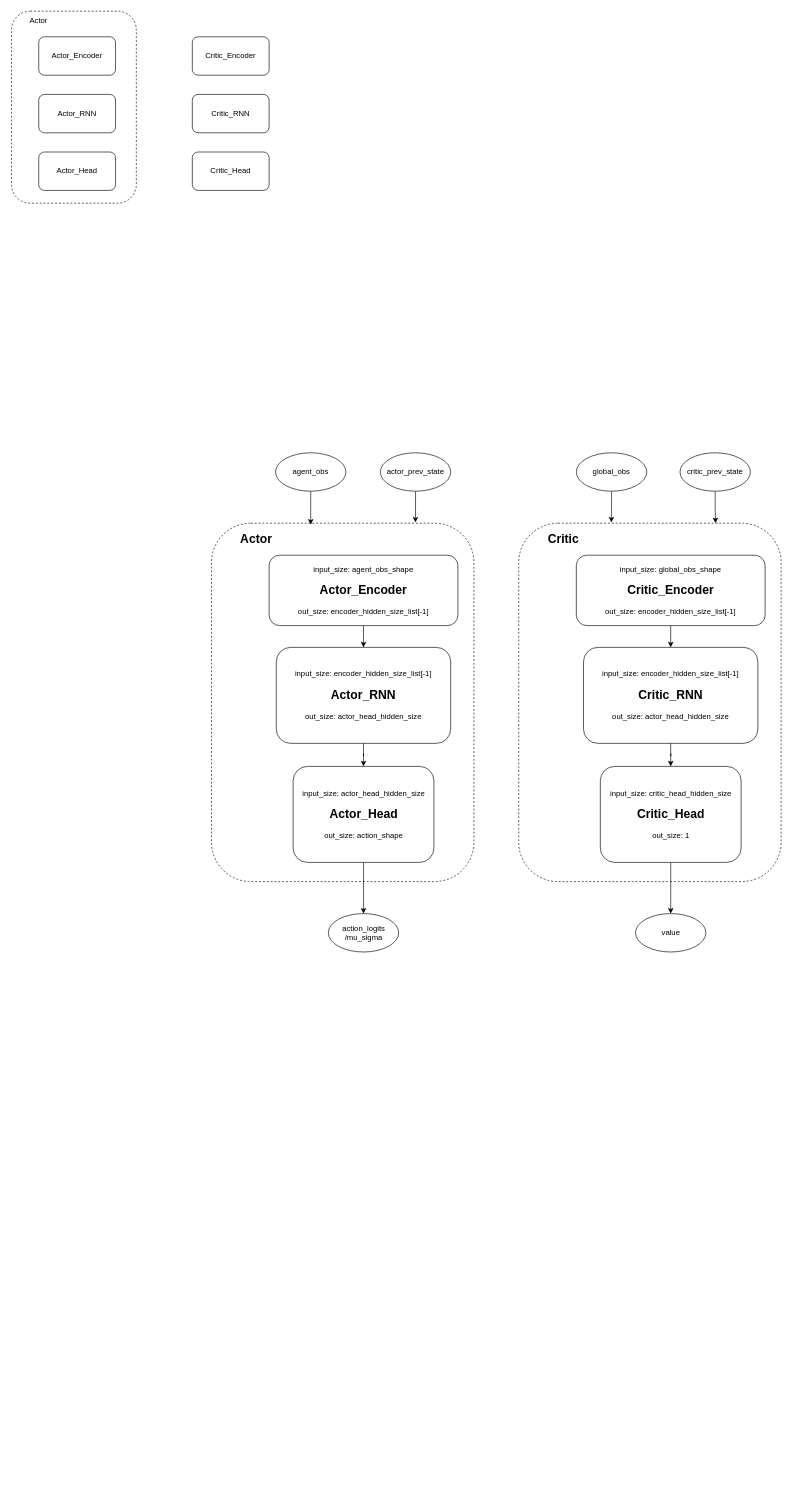
This is HAPPO.drawio from nighood/Diagrams, a draw.io file, before an edit. Source tidied: cells renumbered, new cells numbered last; positions are measured from the earlier drawing's top-left corner, leaving out a move shared by most shapes. Both pictures are drawn from the tidied source at 64%, with x=0, y=0 at pixel (12, 11).
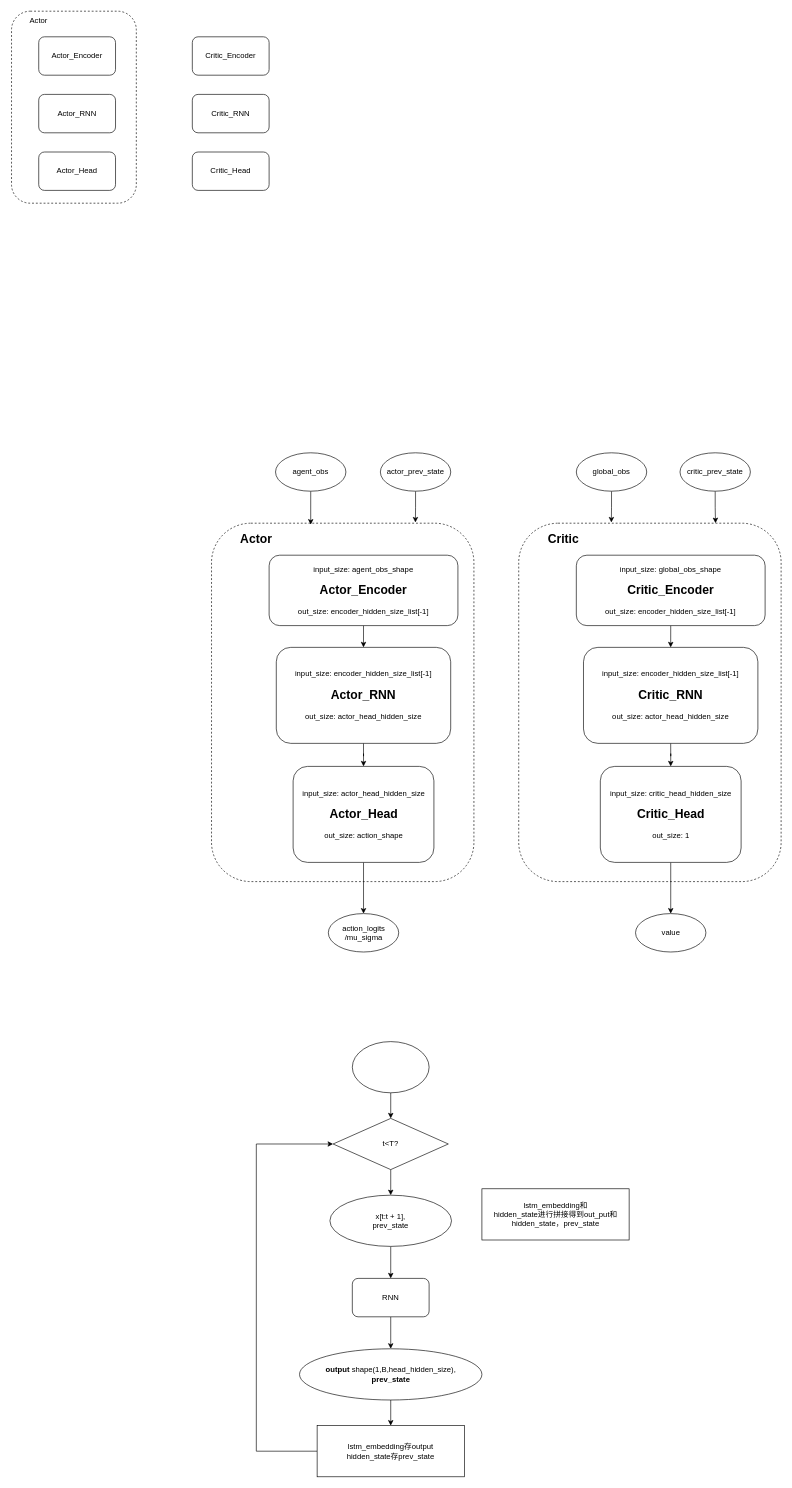
The same diagram, later.

What changed in the source:
```diff
@@
+    <mxCell id="36" style="edgeStyle=orthogonalEdgeStyle;rounded=0;jettySize=auto;html=1;exitX=0.5;exitY=1;exitDx=0;exitDy=0;" parent="1" edge="1" source="37" target="41">
+      <mxGeometry relative="1" as="geometry" />
+    </mxCell>
+    <mxCell id="37" value="RNN" style="rounded=1;whiteSpace=wrap;html=1;" parent="1" vertex="1">
+      <mxGeometry x="532" y="1980" width="120" height="60" as="geometry" />
+    </mxCell>
+    <mxCell id="38" style="edgeStyle=orthogonalEdgeStyle;rounded=0;jettySize=auto;html=1;exitX=0.5;exitY=1;exitDx=0;exitDy=0;entryX=0.5;entryY=0;entryDx=0;entryDy=0;" parent="1" edge="1" source="39" target="37">
+      <mxGeometry relative="1" as="geometry" />
+    </mxCell>
+    <mxCell id="39" value="x[t:t + 1],&lt;br&gt;prev_state" style="ellipse;whiteSpace=wrap;html=1;" parent="1" vertex="1">
+      <mxGeometry x="497" y="1850" width="190" height="80" as="geometry" />
+    </mxCell>
+    <mxCell id="40" style="edgeStyle=orthogonalEdgeStyle;rounded=0;jettySize=auto;html=1;exitX=0.5;exitY=1;exitDx=0;exitDy=0;" parent="1" edge="1" source="41" target="43">
+      <mxGeometry relative="1" as="geometry" />
+    </mxCell>
+    <mxCell id="41" value="&lt;b&gt;output&lt;/b&gt; shape(1,B,head_hidden_size),&lt;br&gt;&lt;b&gt;prev_state&lt;/b&gt;" style="ellipse;whiteSpace=wrap;html=1;" parent="1" vertex="1">
+      <mxGeometry x="449.5" y="2090" width="285" height="80" as="geometry" />
+    </mxCell>
+    <mxCell id="42" style="edgeStyle=orthogonalEdgeStyle;rounded=0;jettySize=auto;html=1;exitX=0;exitY=0.5;exitDx=0;exitDy=0;entryX=0;entryY=0.5;entryDx=0;entryDy=0;" parent="1" edge="1" source="43" target="45">
+      <mxGeometry relative="1" as="geometry">
+        <Array as="points">
+          <mxPoint x="382" y="2250" />
+          <mxPoint x="382" y="1770" />
+        </Array>
+      </mxGeometry>
+    </mxCell>
+    <mxCell id="43" value="lstm_embedding存output&lt;br&gt;hidden_state存prev_state" style="rounded=0;whiteSpace=wrap;html=1;" parent="1" vertex="1">
+      <mxGeometry x="477" y="2210" width="230" height="80" as="geometry" />
+    </mxCell>
+    <mxCell id="44" style="edgeStyle=orthogonalEdgeStyle;rounded=0;jettySize=auto;html=1;exitX=0.5;exitY=1;exitDx=0;exitDy=0;" parent="1" edge="1" source="45" target="39">
+      <mxGeometry relative="1" as="geometry" />
+    </mxCell>
+    <mxCell id="45" value="t&amp;lt;T?" style="rhombus;whiteSpace=wrap;html=1;" parent="1" vertex="1">
+      <mxGeometry x="502" y="1730" width="180" height="80" as="geometry" />
+    </mxCell>
+    <mxCell id="46" style="edgeStyle=orthogonalEdgeStyle;rounded=0;jettySize=auto;html=1;exitX=0.5;exitY=1;exitDx=0;exitDy=0;entryX=0.5;entryY=0;entryDx=0;entryDy=0;" parent="1" edge="1" source="47" target="45">
+      <mxGeometry relative="1" as="geometry" />
+    </mxCell>
+    <mxCell id="47" style="ellipse;whiteSpace=wrap;html=1;" parent="1" vertex="1">
+      <mxGeometry x="532" y="1610" width="120" height="80" as="geometry" />
+    </mxCell>
+    <mxCell id="48" value="lstm_embedding和&lt;br&gt;hidden_state进行拼接得到out_put和hidden_state，prev_state" style="rounded=0;whiteSpace=wrap;html=1;" parent="1" vertex="1">
+      <mxGeometry x="734.5" y="1840" width="230" height="80" as="geometry" />
+    </mxCell>
```
